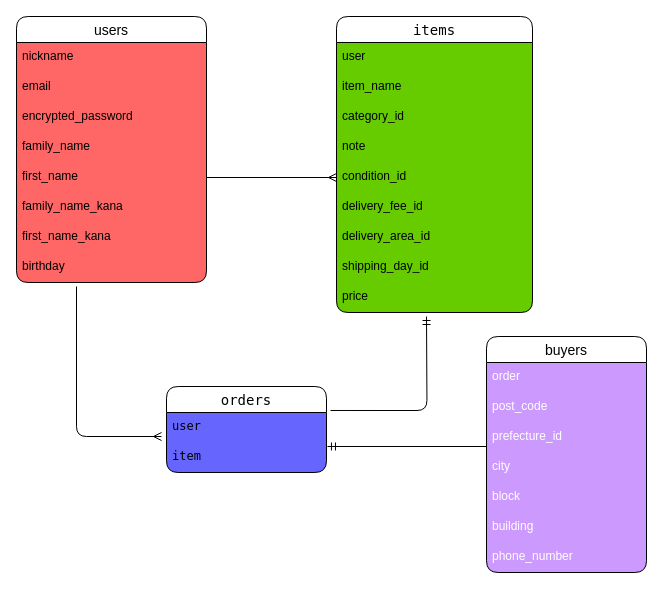
This is furima.dio from watoco015/furima-39807, a draw.io file, before an edit. Source tidied: cells renumbered, new cells numbered last; positions are measured from the earlier drawing's top-left corner, leaving out a move shared by most shapes. Both pictures are drawn from the tidied source at 100%, with x=0, y=0 at pixel (16, 16).
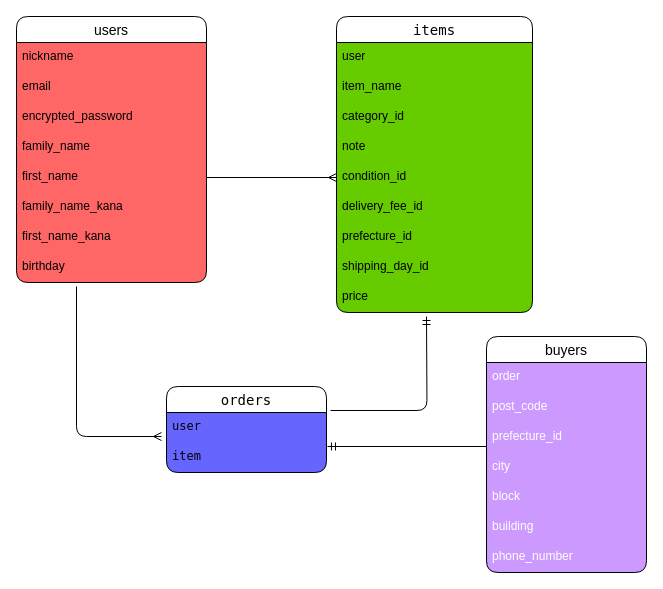
The same diagram, later.

Unchanged cells that the change refers to:
```xml
<mxCell id="11" value="items" style="swimlane;fontStyle=0;horizontal=1;startSize=26;align=center;fontSize=14;swimlaneFillColor=#66CC00;fontFamily=Lucida Console;rounded=1;labelBackgroundColor=default;" parent="1" vertex="1">
  <mxGeometry x="320" width="196" height="296" as="geometry" />
</mxCell>
```

What changed in the source:
```diff
@@
-    <mxCell id="18" value="delivery_area_id" style="text;strokeColor=none;fillColor=none;spacingLeft=4;spacingRight=4;overflow=hidden;fontSize=12;" parent="11" vertex="1">
+    <mxCell id="18" value="prefecture_id" style="text;strokeColor=none;fillColor=none;spacingLeft=4;spacingRight=4;overflow=hidden;fontSize=12;" parent="11" vertex="1">
       <mxGeometry y="206" width="196" height="30" as="geometry" />
     </mxCell>
```
